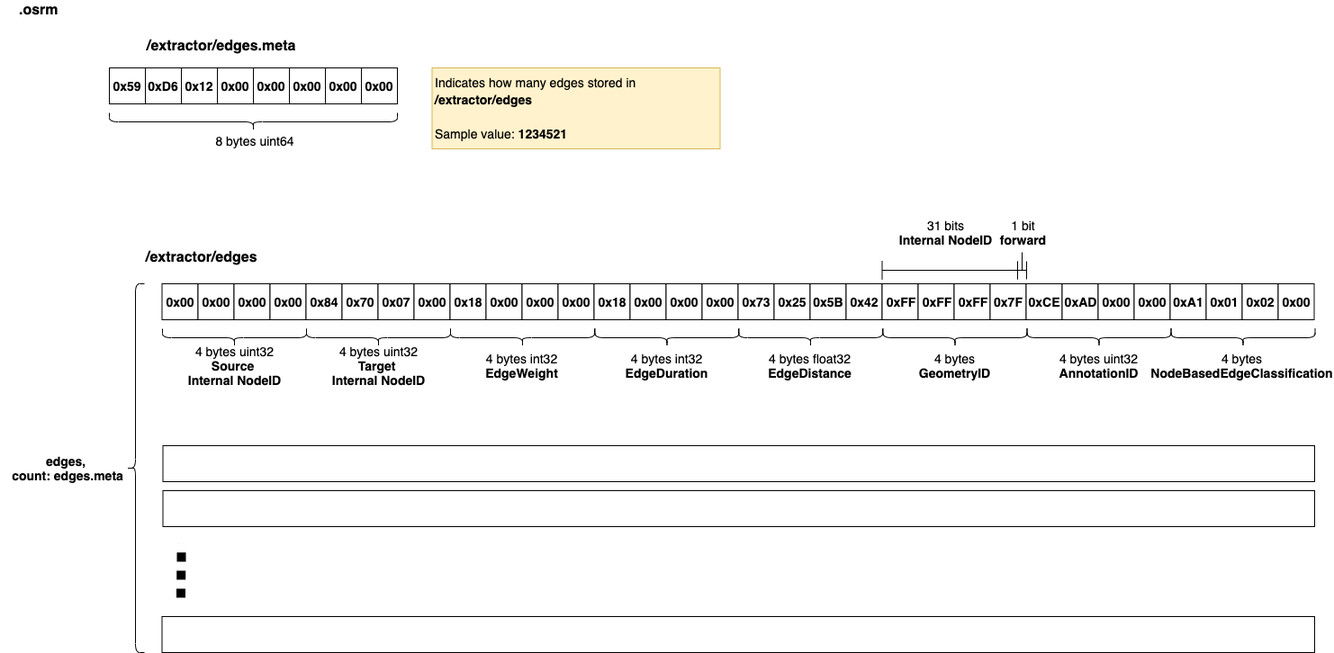
Above: osrm/doc/osrm-toolchain-files/graph/map.osrm.extractor.edges.png in Telenav/open-source-spec (draw.io), before the change. Source tidied: cells renumbered, new cells last; positions are measured from the earlier drawing's top-left corner, leaving out a move shared by most shapes.
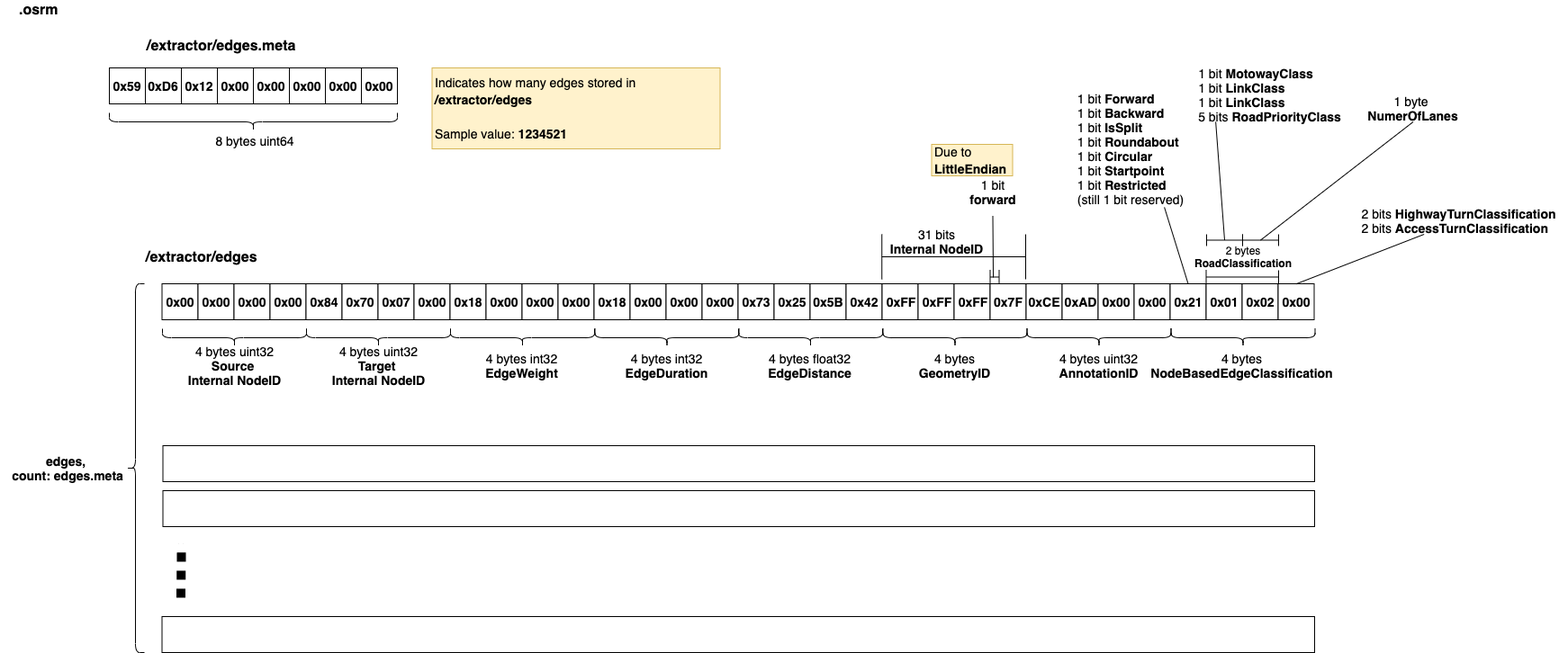
Later version of the same file.

Commit message:
docs: update /extractor/edges layout

What changed in the source:
```diff
@@ -176,7 +176,7 @@
     <mxCell id="57" value="0x00" style="rounded=0;whiteSpace=wrap;html=1;fontStyle=1;fontSize=14;" parent="1" vertex="1">
       <mxGeometry x="1259.5" y="340" width="40" height="40" as="geometry" />
     </mxCell>
-    <mxCell id="58" value="0xA1" style="rounded=0;whiteSpace=wrap;html=1;fontStyle=1;fontSize=14;" parent="1" vertex="1">
+    <mxCell id="58" value="0x21" style="rounded=0;whiteSpace=wrap;html=1;fontStyle=1;fontSize=14;" parent="1" vertex="1">
       <mxGeometry x="1299.5" y="340" width="40" height="40" as="geometry" />
     </mxCell>
     <mxCell id="59" value="0x01" style="rounded=0;whiteSpace=wrap;html=1;fontStyle=1;fontSize=14;" parent="1" vertex="1">
@@ -213,22 +213,62 @@
       <mxGeometry x="1280" y="403.5" width="199" height="55" as="geometry" />
     </mxCell>
     <mxCell id="70" style="shape=crossbar;whiteSpace=wrap;html=1;rounded=1;" parent="1" vertex="1">
-      <mxGeometry x="979.5" y="315" width="150.5" height="20" as="geometry" />
+      <mxGeometry x="979.2" y="285" width="159.8" height="50" as="geometry" />
     </mxCell>
     <mxCell id="71" style="shape=crossbar;whiteSpace=wrap;html=1;rounded=1;" parent="1" vertex="1">
-      <mxGeometry x="1130" y="315" width="10" height="20" as="geometry" />
+      <mxGeometry x="1099.5" y="325" width="10" height="15" as="geometry" />
     </mxCell>
     <mxCell id="72" value="31 bits&lt;br&gt;&lt;b&gt;Internal NodeID&lt;br&gt;&lt;/b&gt;" style="text;html=1;strokeColor=none;fillColor=none;align=center;verticalAlign=middle;whiteSpace=wrap;rounded=0;fontSize=14;" parent="1" vertex="1">
-      <mxGeometry x="950" y="255" width="199" height="55" as="geometry" />
+      <mxGeometry x="939.5" y="265" width="199" height="55" as="geometry" />
     </mxCell>
     <mxCell id="73" value="1 bit&lt;br&gt;&lt;b&gt;forward&lt;br&gt;&lt;/b&gt;" style="text;html=1;strokeColor=none;fillColor=none;align=center;verticalAlign=middle;whiteSpace=wrap;rounded=0;fontSize=14;" parent="1" vertex="1">
-      <mxGeometry x="1035.5" y="255" width="199" height="55" as="geometry" />
+      <mxGeometry x="1057.8" y="210" width="89.5" height="55" as="geometry" />
     </mxCell>
-    <mxCell id="74" style="endArrow=none;html=1;" parent="1" edge="1">
-      <mxGeometry relative="1" as="geometry">
-        <mxPoint x="1135" y="325" as="sourcePoint" />
-        <mxPoint x="1135" y="305" as="targetPoint" />
-      </mxGeometry>
-    </mxCell>
+    <mxCell id="75" style="endArrow=none;html=1;entryX=0.5;entryY=1;entryDx=0;entryDy=0;" parent="1" edge="1" target="73">
+      <mxGeometry relative="1" as="geometry">
+        <mxPoint x="1103" y="333" as="sourcePoint" />
+      </mxGeometry>
+    </mxCell>
+    <mxCell id="76" value="&lt;font style=&quot;font-size: 14px&quot;&gt;&lt;span style=&quot;font-weight: normal&quot;&gt;Due to&lt;/span&gt; LittleEndian&lt;br&gt;&lt;/font&gt;" style="text;html=1;strokeColor=#d6b656;fillColor=#fff2cc;align=left;verticalAlign=middle;whiteSpace=wrap;rounded=0;fontSize=16;fontStyle=1;" parent="1" vertex="1">
+      <mxGeometry x="1034.5" y="185" width="90" height="35" as="geometry" />
+    </mxCell>
+    <mxCell id="77" style="rounded=0;jettySize=auto;html=1;exitX=0.75;exitY=1;exitDx=0;exitDy=0;entryX=0.5;entryY=0;entryDx=0;entryDy=0;endArrow=none;endFill=0;" parent="1" edge="1" source="78" target="58">
+      <mxGeometry relative="1" as="geometry" />
+    </mxCell>
+    <mxCell id="78" value="&lt;div style=&quot;text-align: left&quot;&gt;1 bit &lt;b&gt;Forward&lt;/b&gt;&lt;/div&gt;&lt;div style=&quot;text-align: left&quot;&gt;1 bit &lt;b&gt;Backward&lt;/b&gt;&lt;/div&gt;&lt;div style=&quot;text-align: left&quot;&gt;1 bit &lt;b&gt;IsSplit&lt;/b&gt;&lt;/div&gt;&lt;div style=&quot;text-align: left&quot;&gt;1 bit &lt;b&gt;Roundabout&lt;/b&gt;&lt;/div&gt;&lt;div style=&quot;text-align: left&quot;&gt;1 bit &lt;b&gt;Circular&lt;/b&gt;&lt;/div&gt;&lt;div style=&quot;text-align: left&quot;&gt;1 bit &lt;b&gt;Startpoint&lt;/b&gt;&lt;/div&gt;&lt;div style=&quot;text-align: left&quot;&gt;&lt;span&gt;1 bit&amp;nbsp;&lt;/span&gt;&lt;b&gt;Restricted&lt;/b&gt;&lt;/div&gt;&lt;div style=&quot;text-align: left&quot;&gt;(still 1 bit reserved)&lt;/div&gt;" style="text;html=1;strokeColor=none;fillColor=none;align=center;verticalAlign=middle;whiteSpace=wrap;rounded=0;fontSize=14;" parent="1" vertex="1">
+      <mxGeometry x="1179.5" y="125" width="151.5" height="130" as="geometry" />
+    </mxCell>
+    <mxCell id="79" value="&lt;div style=&quot;text-align: left&quot;&gt;&lt;span&gt;2 bits&amp;nbsp;&lt;/span&gt;&lt;b&gt;HighwayTurnClassification&lt;/b&gt;&lt;br&gt;&lt;/div&gt;&lt;div style=&quot;text-align: left&quot;&gt;&lt;span&gt;2 bits&amp;nbsp;&lt;/span&gt;&lt;b&gt;AccessTurnClassification&lt;/b&gt;&lt;/div&gt;" style="text;html=1;strokeColor=none;fillColor=none;align=center;verticalAlign=middle;whiteSpace=wrap;rounded=0;fontSize=14;" parent="1" vertex="1">
+      <mxGeometry x="1500" y="255" width="240.5" height="30" as="geometry" />
+    </mxCell>
+    <mxCell id="80" style="endArrow=none;html=1;" parent="1" edge="1" target="79">
+      <mxGeometry relative="1" as="geometry">
+        <mxPoint x="1440" y="340" as="sourcePoint" />
+      </mxGeometry>
+    </mxCell>
+    <mxCell id="81" value="&lt;div style=&quot;text-align: left&quot;&gt;&lt;span&gt;1 bit&amp;nbsp;&lt;/span&gt;&lt;b&gt;MotowayClass&lt;/b&gt;&lt;br&gt;&lt;/div&gt;&lt;div style=&quot;text-align: left&quot;&gt;&lt;span&gt;1 bit&amp;nbsp;&lt;/span&gt;&lt;b&gt;LinkClass&lt;/b&gt;&lt;/div&gt;&lt;div style=&quot;text-align: left&quot;&gt;1 bit&amp;nbsp;&lt;b&gt;LinkClass&lt;/b&gt;&lt;b&gt;&lt;br&gt;&lt;/b&gt;&lt;/div&gt;&lt;div style=&quot;text-align: left&quot;&gt;5 bits&amp;nbsp;&lt;b&gt;RoadPriorityClass&lt;/b&gt;&lt;/div&gt;" style="text;html=1;strokeColor=none;fillColor=none;align=center;verticalAlign=middle;whiteSpace=wrap;rounded=0;fontSize=14;" parent="1" vertex="1">
+      <mxGeometry x="1290" y="100" width="240.5" height="60" as="geometry" />
+    </mxCell>
+    <mxCell id="82" style="rounded=0;jettySize=auto;html=1;exitX=0.25;exitY=1;exitDx=0;exitDy=0;endArrow=none;endFill=0;entryX=0.5;entryY=0.5;entryDx=0;entryDy=0;entryPerimeter=0;" parent="1" edge="1" source="81" target="87">
+      <mxGeometry relative="1" as="geometry" />
+    </mxCell>
+    <mxCell id="83" value="&lt;div&gt;&lt;span&gt;1 byte&amp;nbsp;&lt;/span&gt;&lt;/div&gt;&lt;div&gt;&lt;b&gt;NumerOfLanes&lt;/b&gt;&lt;br&gt;&lt;/div&gt;" style="text;html=1;strokeColor=none;fillColor=none;align=center;verticalAlign=middle;whiteSpace=wrap;rounded=0;fontSize=14;" parent="1" vertex="1">
+      <mxGeometry x="1500" y="130" width="139" height="30" as="geometry" />
+    </mxCell>
+    <mxCell id="84" style="rounded=0;jettySize=auto;html=1;exitX=0.5;exitY=1;exitDx=0;exitDy=0;endArrow=none;endFill=0;entryX=0.5;entryY=0.5;entryDx=0;entryDy=0;entryPerimeter=0;" parent="1" edge="1" source="83" target="88">
+      <mxGeometry relative="1" as="geometry" />
+    </mxCell>
+    <mxCell id="85" style="shape=crossbar;whiteSpace=wrap;html=1;rounded=1;" parent="1" vertex="1">
+      <mxGeometry x="1339.5" y="325" width="80.5" height="15" as="geometry" />
+    </mxCell>
+    <mxCell id="86" value="2 bytes&lt;br style=&quot;font-size: 12px;&quot;&gt;&lt;b style=&quot;font-size: 12px;&quot;&gt;RoadClassification&lt;br style=&quot;font-size: 12px;&quot;&gt;&lt;/b&gt;" style="text;html=1;strokeColor=none;fillColor=none;align=center;verticalAlign=middle;whiteSpace=wrap;rounded=0;fontSize=12;" parent="1" vertex="1">
+      <mxGeometry x="1309.5" y="295" width="140" height="30" as="geometry" />
+    </mxCell>
+    <mxCell id="87" style="shape=crossbar;whiteSpace=wrap;html=1;rounded=1;fontSize=12;" parent="1" vertex="1">
+      <mxGeometry x="1340" y="285" width="40" height="13" as="geometry" />
+    </mxCell>
+    <mxCell id="88" style="shape=crossbar;whiteSpace=wrap;html=1;rounded=1;fontSize=12;" parent="1" vertex="1">
+      <mxGeometry x="1380" y="285" width="40" height="13" as="geometry" />
+    </mxCell>
   </root>
 </mxGraphModel>
```
